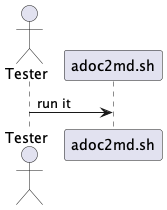
The PlantUML diagram docs/diagrams/out/sequence/sequence.png in kazurayam/adoc2md, before a commit.
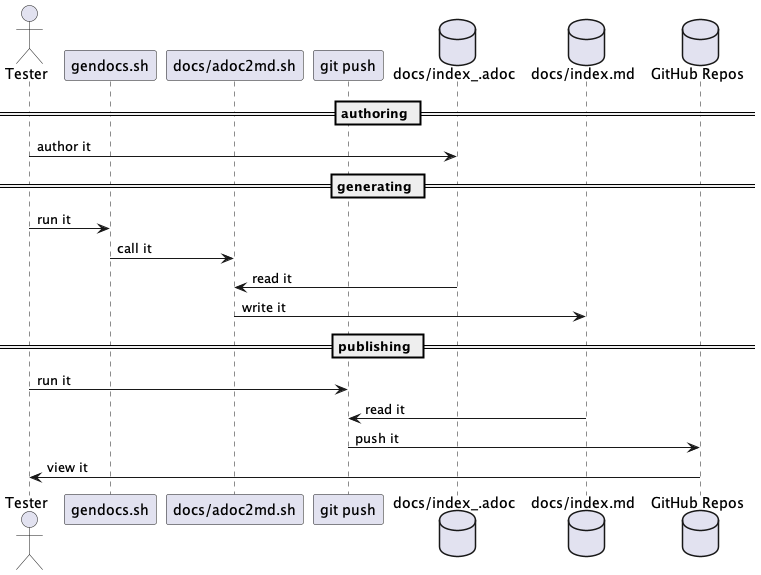
Above is the later version.

Commit message:
extend the sequence diagram

Diff of the diagram source:
```diff
@@ -1,8 +1,25 @@
 @startuml sequence
 
-actor       Tester       as tester
-participant adoc2md.sh   as script
+actor       Tester             as tester
+participant gendocs.sh         as gendocs
+participant "docs/adoc2md.sh"  as adoc2md
+participant "git push"         as gitpush
+database    "docs/index_.adoc" as indexadoc
+database    "docs/index.md"    as indexmd
+database    "GitHub Repos"     as repos
 
-tester   -> script       : run it
+== authoring ==
+tester      -> indexadoc     : author it
 
+== generating ==
+tester      -> gendocs       : run it
+gendocs     -> adoc2md       : call it
+adoc2md     <- indexadoc     : read it
+adoc2md     -> indexmd       : write it
+
+== publishing ==
+tester      -> gitpush       : run it
+indexmd     -> gitpush       : read it
+gitpush     -> repos         : push it
+tester      <- repos         : view it
 @enduml
```
